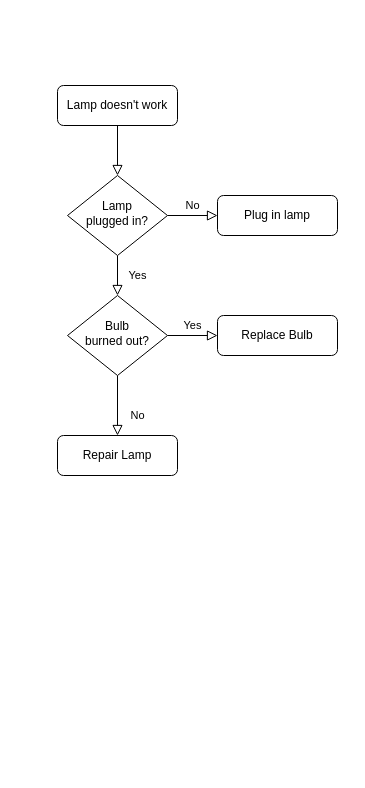
This is SecGWs.drawio from hanyslmm/assessment, a draw.io file, before an edit. Source tidied: cells renumbered, new cells numbered last; positions are measured from the earlier drawing's top-left corner, leaving out a move shared by most shapes. Both pictures are drawn from the tidied source at 100%, with x=0, y=0 at pixel (57, 85).
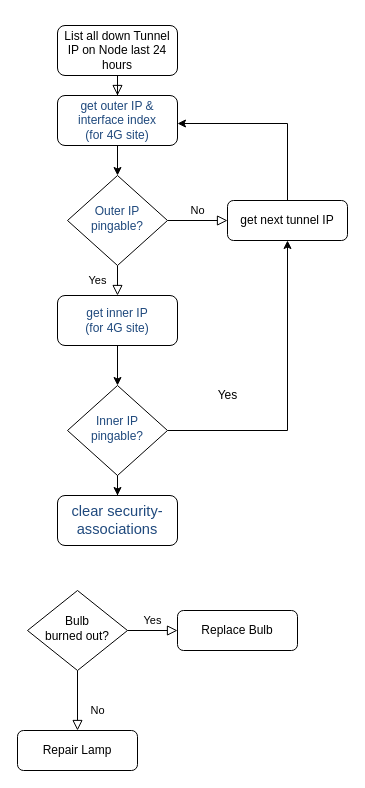
After the change.

What changed in the source:
```diff
@@
-    <mxCell id="2" style="rounded=0;html=1;jettySize=auto;fontSize=11;endArrow=block;endFill=0;endSize=8;strokeWidth=1;shadow=0;labelBackgroundColor=none;edgeStyle=orthogonalEdgeStyle;" parent="1" edge="1" source="3" target="6">
+    <mxCell id="2" style="rounded=0;html=1;jettySize=auto;fontSize=11;endArrow=block;endFill=0;endSize=8;strokeWidth=1;shadow=0;labelBackgroundColor=none;edgeStyle=orthogonalEdgeStyle;" parent="1" edge="1" source="3" target="15">
       <mxGeometry relative="1" as="geometry" />
     </mxCell>
-    <mxCell id="3" value="Lamp doesn't work" style="rounded=1;whiteSpace=wrap;html=1;fontSize=12;glass=0;strokeWidth=1;shadow=0;" parent="1" vertex="1">
-      <mxGeometry width="120" height="40" as="geometry" />
+    <mxCell id="3" value="&lt;p&gt;List all down Tunnel IP on Node last 24 hours&lt;/p&gt;" style="rounded=1;whiteSpace=wrap;html=1;fontSize=12;glass=0;strokeWidth=1;shadow=0;" parent="1" vertex="1">
+      <mxGeometry y="-60" width="120" height="50" as="geometry" />
     </mxCell>
-    <mxCell id="4" value="Yes" style="rounded=0;html=1;jettySize=auto;fontSize=11;endArrow=block;endFill=0;endSize=8;strokeWidth=1;shadow=0;labelBackgroundColor=none;edgeStyle=orthogonalEdgeStyle;" parent="1" edge="1" source="6" target="10">
+    <mxCell id="4" value="Yes" style="rounded=0;html=1;jettySize=auto;fontSize=11;endArrow=block;endFill=0;endSize=8;strokeWidth=1;shadow=0;labelBackgroundColor=none;edgeStyle=orthogonalEdgeStyle;" parent="1" edge="1" source="6" target="17">
       <mxGeometry y="20" relative="1" as="geometry" />
     </mxCell>
@@
-    <mxCell id="6" value="Lamp&lt;br&gt;plugged in?" style="rhombus;whiteSpace=wrap;html=1;shadow=0;fontFamily=Helvetica;fontSize=12;align=center;strokeWidth=1;spacing=6;spacingTop=-4;" parent="1" vertex="1">
-      <mxGeometry x="10" y="90" width="100" height="80" as="geometry" />
+    <mxCell id="6" value="&lt;span style=&quot;color: rgb(31 , 73 , 125) ; font-family: &amp;#34;calibri&amp;#34; , sans-serif ; text-indent: -24px&quot;&gt;&lt;font style=&quot;font-size: 12px&quot;&gt;Outer IP &lt;br&gt;pingable?&lt;/font&gt;&lt;/span&gt;" style="rhombus;whiteSpace=wrap;html=1;shadow=0;fontFamily=Helvetica;fontSize=12;align=center;strokeWidth=1;spacing=6;spacingTop=-4;" parent="1" vertex="1">
+      <mxGeometry x="10" y="90" width="100" height="90" as="geometry" />
     </mxCell>
+    <mxCell id="13" style="edgeStyle=orthogonalEdgeStyle;rounded=0;jettySize=auto;html=1;" parent="1" edge="1" source="7" target="15">
+      <mxGeometry relative="1" as="geometry">
+        <Array as="points">
+          <mxPoint x="230" y="38" />
+        </Array>
+      </mxGeometry>
+    </mxCell>
-    <mxCell id="7" value="Plug in lamp" style="rounded=1;whiteSpace=wrap;html=1;fontSize=12;glass=0;strokeWidth=1;shadow=0;" parent="1" vertex="1">
-      <mxGeometry x="160" y="110" width="120" height="40" as="geometry" />
+    <mxCell id="7" value="get next tunnel IP" style="rounded=1;whiteSpace=wrap;html=1;fontSize=12;glass=0;strokeWidth=1;shadow=0;" parent="1" vertex="1">
+      <mxGeometry x="170" y="115" width="120" height="40" as="geometry" />
     </mxCell>
@@
     <mxCell id="10" value="Bulb&lt;br&gt;burned out?" style="rhombus;whiteSpace=wrap;html=1;shadow=0;fontFamily=Helvetica;fontSize=12;align=center;strokeWidth=1;spacing=6;spacingTop=-4;" parent="1" vertex="1">
-      <mxGeometry x="10" y="210" width="100" height="80" as="geometry" />
+      <mxGeometry x="-30" y="505" width="100" height="80" as="geometry" />
     </mxCell>
     <mxCell id="11" value="Repair Lamp" style="rounded=1;whiteSpace=wrap;html=1;fontSize=12;glass=0;strokeWidth=1;shadow=0;" parent="1" vertex="1">
-      <mxGeometry y="350" width="120" height="40" as="geometry" />
+      <mxGeometry x="-40" y="645" width="120" height="40" as="geometry" />
     </mxCell>
     <mxCell id="12" value="Replace Bulb" style="rounded=1;whiteSpace=wrap;html=1;fontSize=12;glass=0;strokeWidth=1;shadow=0;" parent="1" vertex="1">
-      <mxGeometry x="160" y="230" width="120" height="40" as="geometry" />
+      <mxGeometry x="120" y="525" width="120" height="40" as="geometry" />
     </mxCell>
+    <mxCell id="14" style="edgeStyle=orthogonalEdgeStyle;rounded=0;jettySize=auto;html=1;" parent="1" edge="1" source="15" target="6">
+      <mxGeometry relative="1" as="geometry" />
+    </mxCell>
+    <mxCell id="15" value="&lt;span style=&quot;color: rgb(31 , 73 , 125) ; font-family: &amp;#34;calibri&amp;#34; , sans-serif ; text-indent: -24px&quot;&gt;&lt;font style=&quot;font-size: 12px&quot;&gt;get outer IP &amp;amp; interface index&lt;br&gt;(for 4G site)&lt;/font&gt;&lt;/span&gt;" style="rounded=1;whiteSpace=wrap;html=1;fontSize=12;glass=0;strokeWidth=1;shadow=0;" parent="1" vertex="1">
+      <mxGeometry y="10" width="120" height="50" as="geometry" />
+    </mxCell>
+    <mxCell id="16" style="edgeStyle=orthogonalEdgeStyle;rounded=0;jettySize=auto;html=1;" parent="1" edge="1" source="17" target="20">
+      <mxGeometry relative="1" as="geometry" />
+    </mxCell>
+    <mxCell id="17" value="&lt;span style=&quot;color: rgb(31 , 73 , 125) ; font-family: &amp;#34;calibri&amp;#34; , sans-serif ; text-indent: -24px&quot;&gt;&lt;font style=&quot;font-size: 12px&quot;&gt;get inner IP&lt;br&gt;(for 4G site)&lt;br&gt;&lt;/font&gt;&lt;/span&gt;" style="rounded=1;whiteSpace=wrap;html=1;fontSize=12;glass=0;strokeWidth=1;shadow=0;" parent="1" vertex="1">
+      <mxGeometry y="210" width="120" height="50" as="geometry" />
+    </mxCell>
+    <mxCell id="18" style="edgeStyle=orthogonalEdgeStyle;rounded=0;jettySize=auto;html=1;" parent="1" edge="1" source="20" target="7">
+      <mxGeometry relative="1" as="geometry" />
+    </mxCell>
+    <mxCell id="19" style="edgeStyle=orthogonalEdgeStyle;rounded=0;jettySize=auto;html=1;" parent="1" edge="1" source="20" target="22">
+      <mxGeometry relative="1" as="geometry" />
+    </mxCell>
+    <mxCell id="20" value="&lt;span style=&quot;color: rgb(31 , 73 , 125) ; font-family: &amp;#34;calibri&amp;#34; , sans-serif ; text-indent: -24px&quot;&gt;&lt;font style=&quot;font-size: 12px&quot;&gt;Inner IP &lt;br&gt;pingable?&lt;/font&gt;&lt;/span&gt;" style="rhombus;whiteSpace=wrap;html=1;shadow=0;fontFamily=Helvetica;fontSize=12;align=center;strokeWidth=1;spacing=6;spacingTop=-4;" parent="1" vertex="1">
+      <mxGeometry x="10" y="300" width="100" height="90" as="geometry" />
+    </mxCell>
+    <mxCell id="21" value="Yes" style="text;html=1;align=center;verticalAlign=middle;" parent="1" vertex="1">
+      <mxGeometry x="150" y="300" width="40" height="20" as="geometry" />
+    </mxCell>
+    <mxCell id="22" value="&lt;span style=&quot;color: rgb(31 , 73 , 125) ; font-family: &amp;#34;calibri&amp;#34; , sans-serif ; font-size: 14.6667px ; text-indent: -24px&quot;&gt;clear security-associations&lt;/span&gt;&lt;span style=&quot;color: rgb(31 , 73 , 125) ; font-family: &amp;#34;calibri&amp;#34; , sans-serif ; text-indent: -24px&quot;&gt;&lt;font style=&quot;font-size: 12px&quot;&gt;&lt;br&gt;&lt;/font&gt;&lt;/span&gt;" style="rounded=1;whiteSpace=wrap;html=1;fontSize=12;glass=0;strokeWidth=1;shadow=0;" parent="1" vertex="1">
+      <mxGeometry y="410" width="120" height="50" as="geometry" />
+    </mxCell>
```
